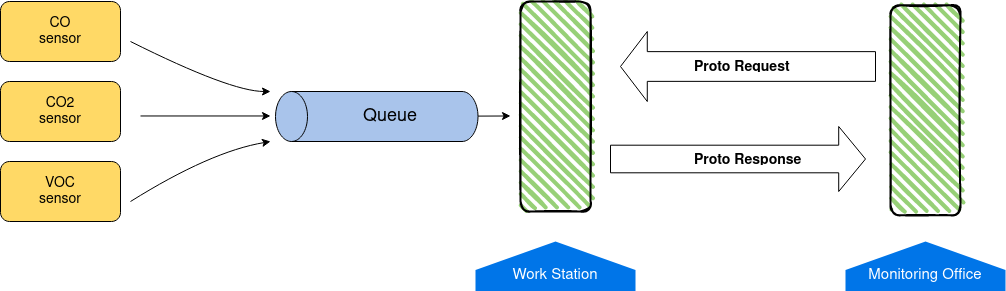
Before: docs/diagram.png, a diagram exported from draw.io (J-Yaghoubi/Python-micro-service). Source tidied: cells renumbered, new cells last; positions are measured from the earlier drawing's top-left corner, leaving out a move shared by most shapes.
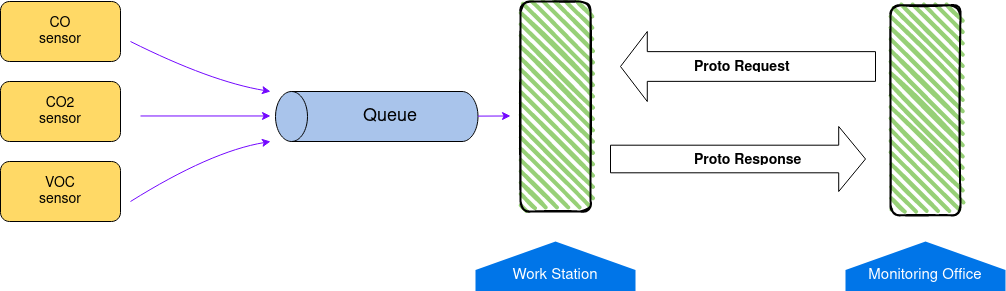
The same file after the commit.

What changed in the source:
```diff
@@ -26,7 +26,7 @@
     <mxCell id="9" value="&lt;font style=&quot;font-size: 14px;&quot;&gt;VOC sensor&lt;/font&gt;" style="text;html=1;strokeColor=none;fillColor=none;align=center;verticalAlign=middle;whiteSpace=wrap;rounded=0;" parent="1" vertex="1">
       <mxGeometry x="30" y="175" width="60" height="30" as="geometry" />
     </mxCell>
-    <mxCell id="10" style="curved=1;endArrow=classic;html=1;rounded=0;" parent="1" edge="1">
+    <mxCell id="10" style="curved=1;endArrow=classic;html=1;rounded=0;fillColor=#7308FF;strokeColor=#7308FF;" parent="1" edge="1">
       <mxGeometry relative="1" as="geometry">
         <mxPoint x="130" y="200" as="sourcePoint" />
         <mxPoint x="270" y="140" as="targetPoint" />
@@ -35,18 +35,18 @@
         </Array>
       </mxGeometry>
     </mxCell>
-    <mxCell id="11" style="endArrow=classic;html=1;rounded=0;" parent="1" edge="1">
+    <mxCell id="11" style="endArrow=classic;html=1;rounded=0;strokeColor=#7308FF;" parent="1" edge="1">
       <mxGeometry relative="1" as="geometry">
         <mxPoint x="140" y="114.5" as="sourcePoint" />
         <mxPoint x="270" y="114.5" as="targetPoint" />
       </mxGeometry>
     </mxCell>
-    <mxCell id="12" style="curved=1;endArrow=classic;html=1;rounded=0;" parent="1" edge="1">
+    <mxCell id="12" style="curved=1;endArrow=classic;html=1;rounded=0;strokeColor=#7308FF;" parent="1" edge="1">
       <mxGeometry relative="1" as="geometry">
         <mxPoint x="130" y="40" as="sourcePoint" />
         <mxPoint x="270" y="90" as="targetPoint" />
         <Array as="points">
-          <mxPoint x="230" y="90" />
+          <mxPoint x="210" y="80" />
         </Array>
       </mxGeometry>
     </mxCell>
@@ -74,7 +74,7 @@
     <mxCell id="20" style="rounded=1;whiteSpace=wrap;html=1;strokeWidth=2;fillWeight=4;hachureGap=8;hachureAngle=45;fillColor=#97D077;sketch=1;" parent="1" vertex="1">
       <mxGeometry x="890" y="3.8" width="70" height="210" as="geometry" />
     </mxCell>
-    <mxCell id="21" style="endArrow=classic;html=1;rounded=0;" parent="1" edge="1" source="3">
+    <mxCell id="21" style="endArrow=classic;html=1;rounded=0;strokeColor=#7308FF;" parent="1" edge="1" source="3">
       <mxGeometry relative="1" as="geometry">
         <mxPoint x="510" y="114.5" as="targetPoint" />
       </mxGeometry>
```
